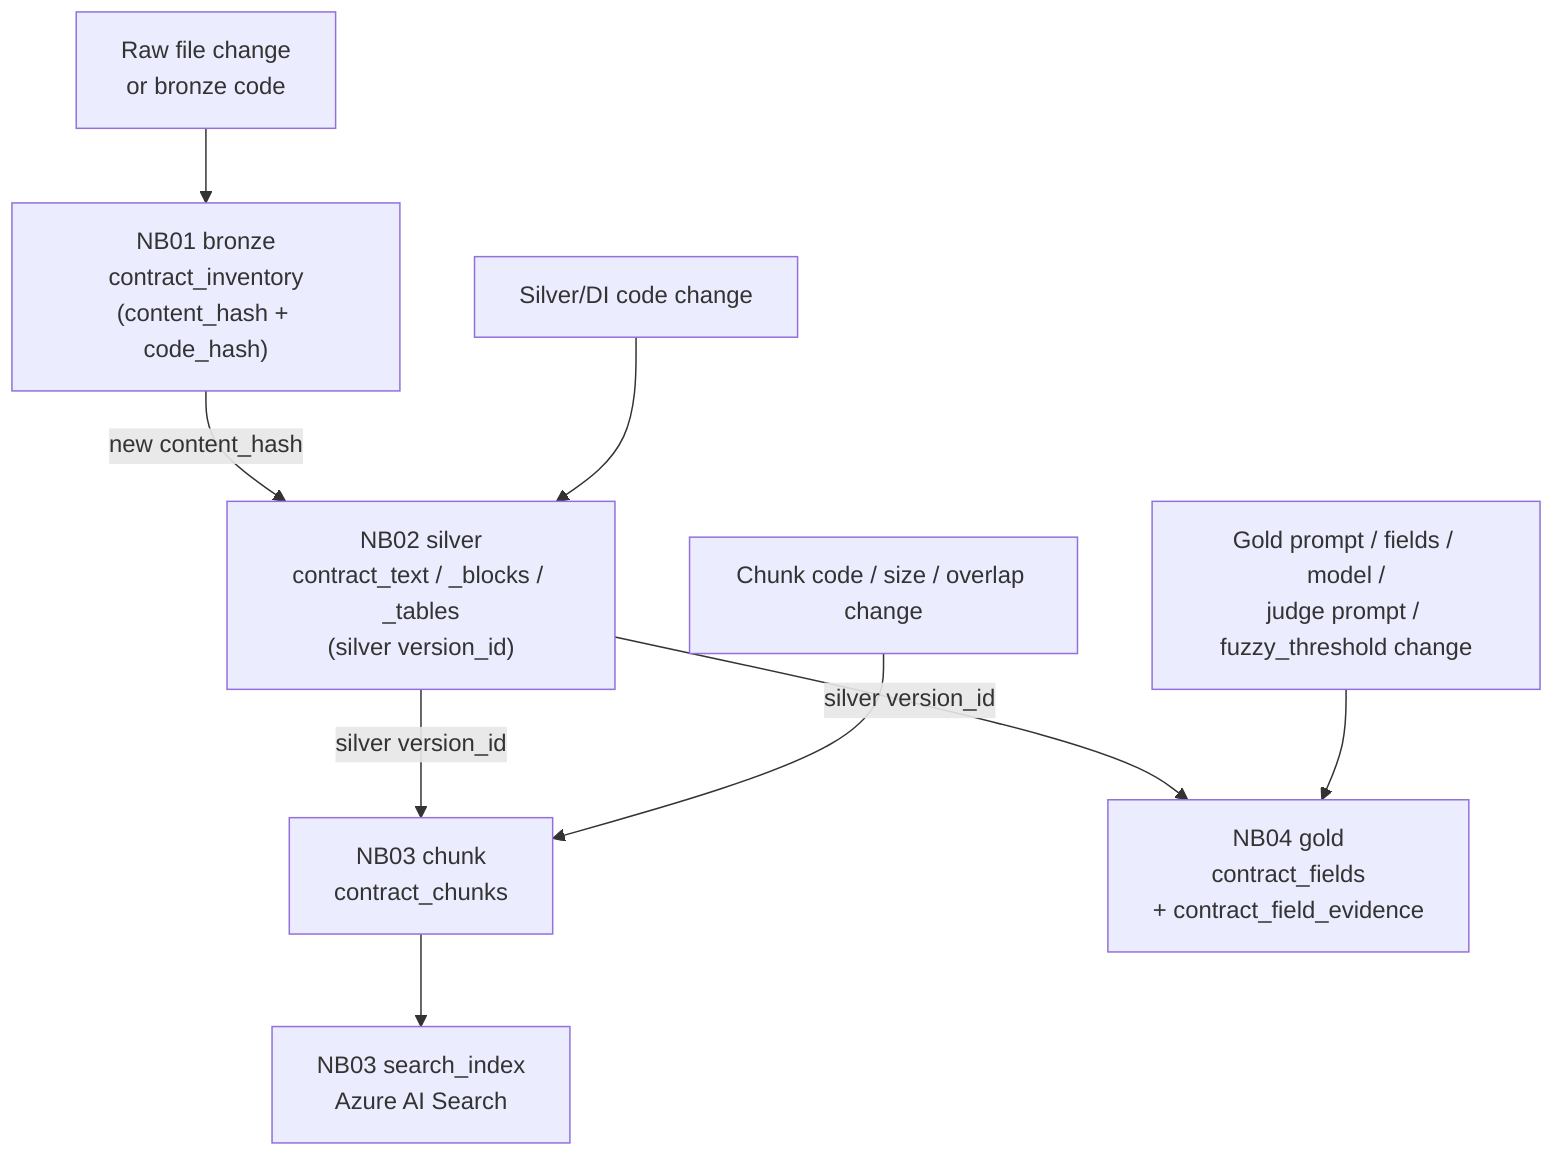
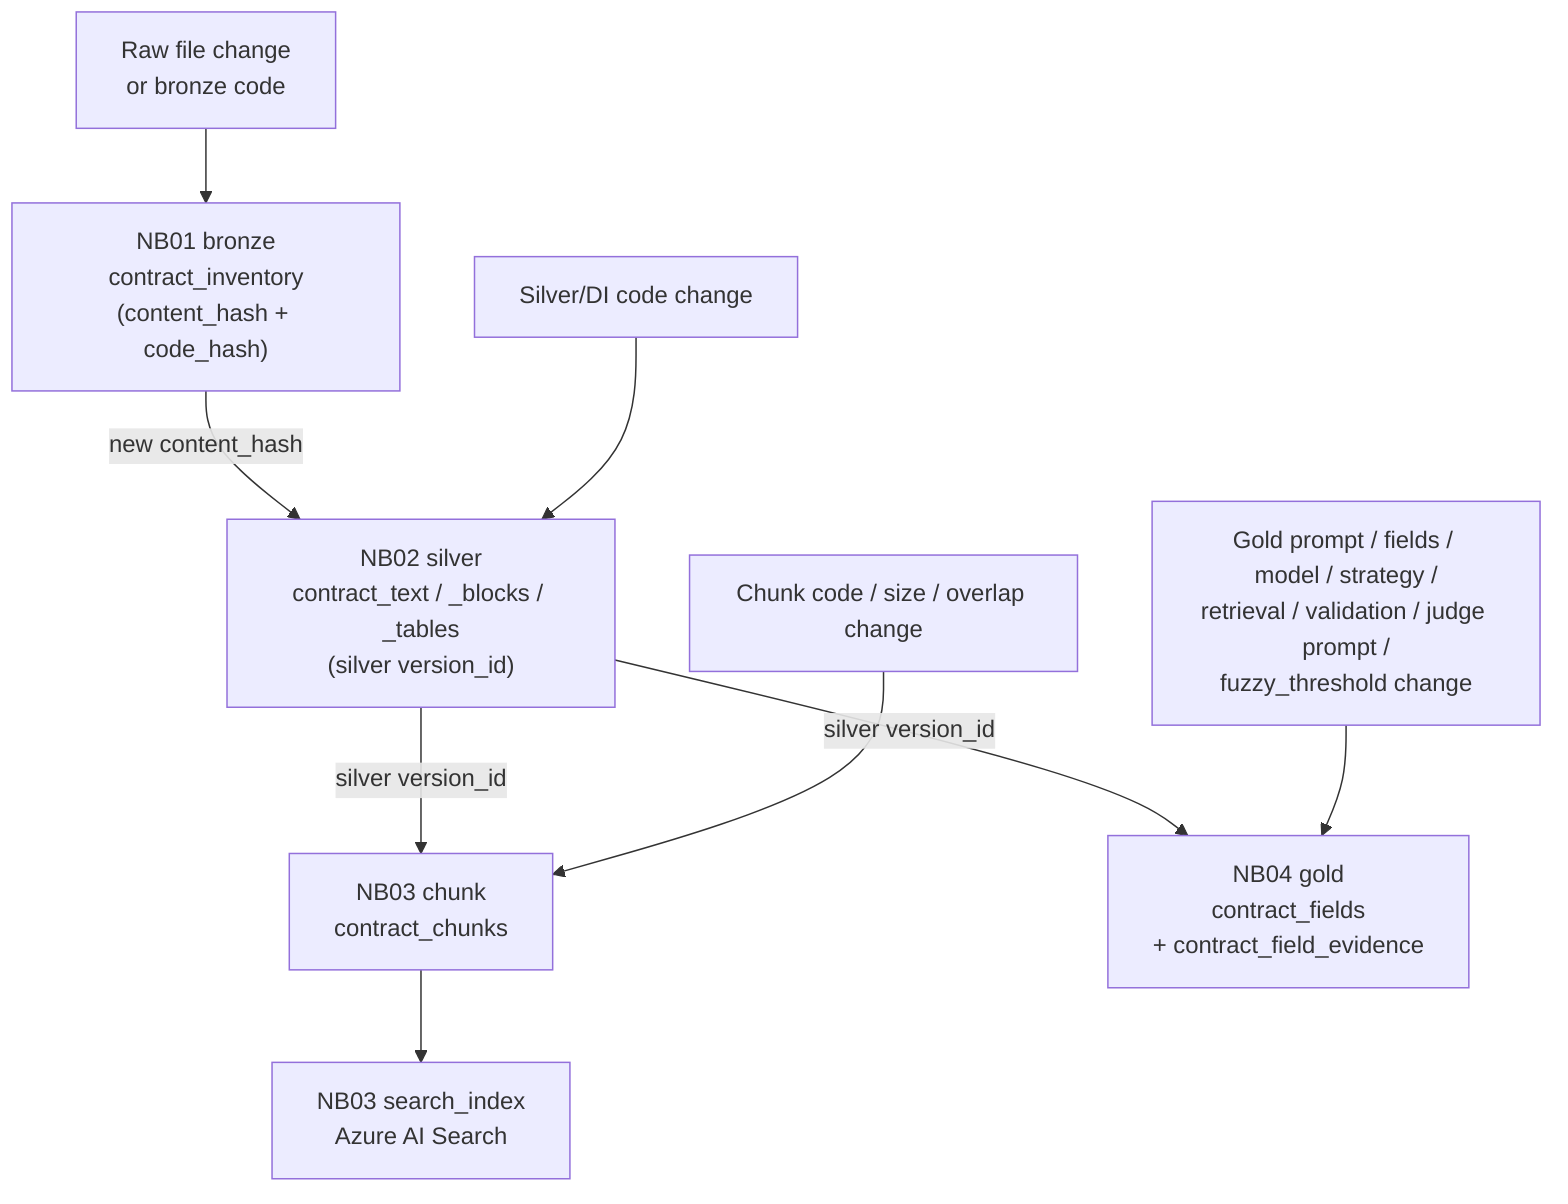
flowchart TD
    F["Raw file change<br/>or bronze code"] --> B["NB01 bronze<br/>contract_inventory<br/>(content_hash + code_hash)"]
    B -->|new content_hash| S
    SC["Silver/DI code change"] --> S["NB02 silver<br/>contract_text / _blocks / _tables<br/>(silver version_id)"]
    S -->|silver version_id| C["NB03 chunk<br/>contract_chunks"]
    CC["Chunk code / size / overlap change"] --> C
    C --> IDX["NB03 search_index<br/>Azure AI Search"]
    S -->|silver version_id| G["NB04 gold<br/>contract_fields<br/>+ contract_field_evidence"]
-     GC["Gold prompt / fields / model /<br/>judge prompt / fuzzy_threshold change"] --> G+     GC["Gold prompt / fields / model / strategy /<br/>retrieval / validation / judge prompt /<br/>fuzzy_threshold change"] --> G